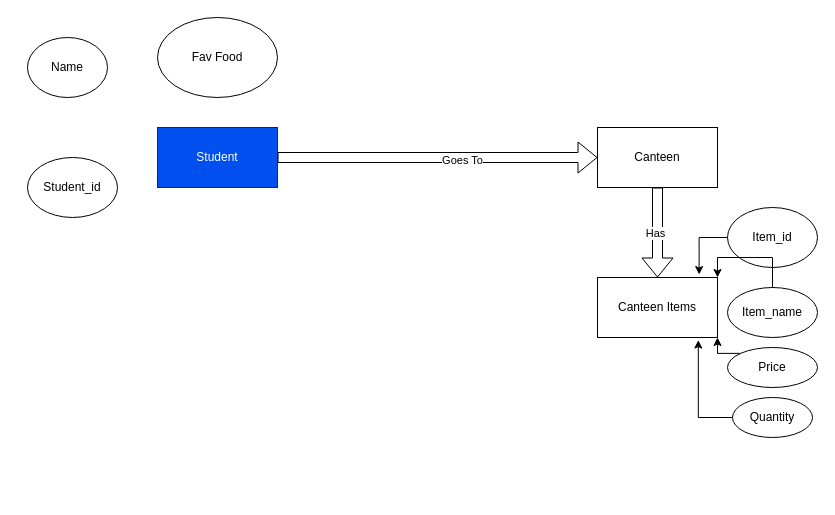
AkshatTm/Classes-Repo keeps this draw.io diagram as CSE320 Software Enginering/Untitled Diagram.drawio. Above is the earlier version. Source tidied: cells renumbered, new cells numbered last; positions are measured from the earlier drawing's top-left corner, leaving out a move shared by most shapes. Both pictures are drawn from the tidied source at 100%, with x=0, y=0 at pixel (27, 17).
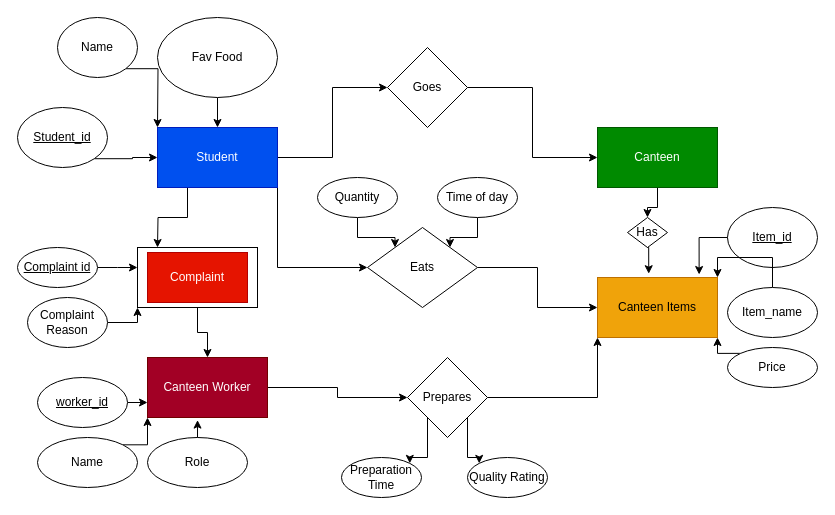
Above is the later version.

The change refers to these unchanged cells:
```xml
<mxCell id="2" value="Student" style="rounded=0;whiteSpace=wrap;html=1;fillColor=#0050ef;fontColor=#ffffff;strokeColor=#001DBC;" parent="1" vertex="1">
  <mxGeometry x="130" y="110" width="120" height="60" as="geometry" />
</mxCell>
<mxCell id="6" value="Fav Food" style="ellipse;whiteSpace=wrap;html=1;" parent="1" vertex="1">
  <mxGeometry x="130" width="120" height="80" as="geometry" />
</mxCell>
```

Diff of the diagram source:
```diff
@@
+    <mxCell id="20" style="edgeStyle=orthogonalEdgeStyle;rounded=0;jettySize=auto;html=1;exitX=0.25;exitY=1;exitDx=0;exitDy=0;entryX=0.5;entryY=0;entryDx=0;entryDy=0;" parent="1" edge="1" source="2">
+      <mxGeometry relative="1" as="geometry">
+        <mxPoint x="130" y="230" as="targetPoint" />
+      </mxGeometry>
+    </mxCell>
+    <mxCell id="21" style="edgeStyle=orthogonalEdgeStyle;rounded=0;jettySize=auto;html=1;exitX=1;exitY=0.5;exitDx=0;exitDy=0;" parent="1" edge="1" source="2" target="50">
+      <mxGeometry relative="1" as="geometry" />
+    </mxCell>
+    <mxCell id="22" style="edgeStyle=orthogonalEdgeStyle;rounded=0;jettySize=auto;html=1;exitX=1;exitY=1;exitDx=0;exitDy=0;entryX=0;entryY=0.5;entryDx=0;entryDy=0;" parent="1" edge="1" source="2" target="35">
+      <mxGeometry relative="1" as="geometry" />
+    </mxCell>
@@
+    <mxCell id="23" style="edgeStyle=orthogonalEdgeStyle;rounded=0;jettySize=auto;html=1;entryX=0.5;entryY=0;entryDx=0;entryDy=0;" parent="1" edge="1" source="3" target="11">
+      <mxGeometry relative="1" as="geometry" />
+    </mxCell>
-    <mxCell id="3" value="Canteen" style="rounded=0;whiteSpace=wrap;html=1;" parent="1" vertex="1">
+    <mxCell id="3" value="Canteen" style="rounded=0;whiteSpace=wrap;html=1;fillColor=#008a00;fontColor=#ffffff;strokeColor=#005700;" parent="1" vertex="1">
       <mxGeometry x="570" y="110" width="120" height="60" as="geometry" />
     </mxCell>
+    <mxCell id="24" style="edgeStyle=orthogonalEdgeStyle;rounded=0;jettySize=auto;html=1;exitX=1;exitY=1;exitDx=0;exitDy=0;entryX=0;entryY=0.5;entryDx=0;entryDy=0;" parent="1" edge="1" source="4" target="2">
+      <mxGeometry relative="1" as="geometry" />
+    </mxCell>
-    <mxCell id="4" value="Student_id" style="ellipse;whiteSpace=wrap;html=1;" parent="1" vertex="1">
-      <mxGeometry y="140" width="90" height="60" as="geometry" />
+    <mxCell id="4" value="&lt;u&gt;Student_id&lt;/u&gt;" style="ellipse;whiteSpace=wrap;html=1;" parent="1" vertex="1">
+      <mxGeometry x="-10" y="90" width="90" height="60" as="geometry" />
     </mxCell>
+    <mxCell id="25" style="edgeStyle=orthogonalEdgeStyle;rounded=0;jettySize=auto;html=1;exitX=1;exitY=1;exitDx=0;exitDy=0;" parent="1" edge="1" source="5">
+      <mxGeometry relative="1" as="geometry">
+        <mxPoint x="130" y="110" as="targetPoint" />
+      </mxGeometry>
+    </mxCell>
     <mxCell id="5" value="Name" style="ellipse;whiteSpace=wrap;html=1;" parent="1" vertex="1">
-      <mxGeometry y="20" width="80" height="60" as="geometry" />
+      <mxGeometry x="30" width="80" height="60" as="geometry" />
     </mxCell>
+    <mxCell id="26" style="edgeStyle=orthogonalEdgeStyle;rounded=0;jettySize=auto;html=1;exitX=0.5;exitY=1;exitDx=0;exitDy=0;entryX=0.5;entryY=0;entryDx=0;entryDy=0;" parent="1" edge="1" source="6" target="2">
+      <mxGeometry relative="1" as="geometry" />
+    </mxCell>
@@
-    <mxCell id="7" style="shape=flexArrow;endArrow=classic;html=1;rounded=0;exitX=1;exitY=0.5;exitDx=0;exitDy=0;entryX=0;entryY=0.5;entryDx=0;entryDy=0;" parent="1" edge="1" source="2" target="3">
-      <mxGeometry relative="1" as="geometry" />
-    </mxCell>
-    <mxCell id="8" value="Goes To" style="edgeLabel;html=1;align=center;verticalAlign=middle;" parent="7" vertex="1">
-      <mxGeometry x="0.15" y="-2" relative="1" as="geometry" />
-    </mxCell>
-    <mxCell id="9" value="Canteen Items" style="rounded=0;whiteSpace=wrap;html=1;" parent="1" vertex="1">
+    <mxCell id="9" value="Canteen Items" style="rounded=0;whiteSpace=wrap;html=1;fillColor=#f0a30a;fontColor=#000000;strokeColor=#BD7000;" parent="1" vertex="1">
       <mxGeometry x="570" y="260" width="120" height="60" as="geometry" />
     </mxCell>
-    <mxCell id="10" style="shape=flexArrow;endArrow=classic;html=1;rounded=0;entryX=0.5;entryY=0;entryDx=0;entryDy=0;exitX=0.5;exitY=1;exitDx=0;exitDy=0;" parent="1" edge="1" source="3" target="9">
-      <mxGeometry relative="1" as="geometry" />
-    </mxCell>
-    <mxCell id="11" value="Has" style="edgeLabel;html=1;align=center;verticalAlign=middle;points=[];" parent="10" vertex="1">
-      <mxGeometry y="-3" relative="1" as="geometry" />
-    </mxCell>
-    <mxCell id="12" value="Item_id" style="ellipse;whiteSpace=wrap;html=1;" parent="1" vertex="1">
+    <mxCell id="12" value="&lt;u&gt;Item_id&lt;/u&gt;" style="ellipse;whiteSpace=wrap;html=1;" parent="1" vertex="1">
       <mxGeometry x="700" y="190" width="90" height="60" as="geometry" />
     </mxCell>
@@
+    <mxCell id="18" style="edgeStyle=orthogonalEdgeStyle;rounded=0;jettySize=auto;html=1;exitX=0;exitY=0.5;exitDx=0;exitDy=0;entryX=0.847;entryY=-0.05;entryDx=0;entryDy=0;entryPerimeter=0;" parent="1" edge="1" source="12" target="9">
+      <mxGeometry relative="1" as="geometry" />
+    </mxCell>
+    <mxCell id="27" style="edgeStyle=orthogonalEdgeStyle;rounded=0;jettySize=auto;html=1;exitX=1;exitY=0.5;exitDx=0;exitDy=0;entryX=0;entryY=0.5;entryDx=0;entryDy=0;" parent="1" edge="1" source="28" target="39">
+      <mxGeometry relative="1" as="geometry" />
+    </mxCell>
+    <mxCell id="28" value="Canteen Worker" style="rounded=0;whiteSpace=wrap;html=1;fillColor=#a20025;fontColor=#ffffff;strokeColor=#6F0000;" parent="1" vertex="1">
+      <mxGeometry x="120" y="340" width="120" height="60" as="geometry" />
+    </mxCell>
+    <mxCell id="29" style="edgeStyle=orthogonalEdgeStyle;rounded=0;jettySize=auto;html=1;exitX=1;exitY=0.5;exitDx=0;exitDy=0;entryX=0;entryY=0.75;entryDx=0;entryDy=0;" parent="1" edge="1" source="30" target="28">
+      <mxGeometry relative="1" as="geometry" />
+    </mxCell>
+    <mxCell id="30" value="&lt;u&gt;worker_id&lt;/u&gt;" style="ellipse;whiteSpace=wrap;html=1;" parent="1" vertex="1">
+      <mxGeometry x="10" y="360" width="90" height="50" as="geometry" />
+    </mxCell>
+    <mxCell id="31" style="edgeStyle=orthogonalEdgeStyle;rounded=0;jettySize=auto;html=1;exitX=1;exitY=0;exitDx=0;exitDy=0;entryX=0;entryY=1;entryDx=0;entryDy=0;" parent="1" edge="1" source="32" target="28">
+      <mxGeometry relative="1" as="geometry" />
+    </mxCell>
+    <mxCell id="32" value="Name" style="ellipse;whiteSpace=wrap;html=1;" parent="1" vertex="1">
+      <mxGeometry x="10" y="420" width="100" height="50" as="geometry" />
+    </mxCell>
+    <mxCell id="33" value="Role" style="ellipse;whiteSpace=wrap;html=1;" parent="1" vertex="1">
+      <mxGeometry x="120" y="420" width="100" height="50" as="geometry" />
+    </mxCell>
+    <mxCell id="34" style="edgeStyle=orthogonalEdgeStyle;rounded=0;jettySize=auto;html=1;entryX=0;entryY=0.5;entryDx=0;entryDy=0;" parent="1" edge="1" source="35" target="9">
+      <mxGeometry relative="1" as="geometry" />
+    </mxCell>
+    <mxCell id="35" value="Eats" style="rhombus;whiteSpace=wrap;html=1;" parent="1" vertex="1">
+      <mxGeometry x="340" y="210" width="110" height="80" as="geometry" />
+    </mxCell>
+    <mxCell id="36" style="edgeStyle=orthogonalEdgeStyle;rounded=0;jettySize=auto;html=1;exitX=1;exitY=0.5;exitDx=0;exitDy=0;entryX=0;entryY=1;entryDx=0;entryDy=0;" parent="1" edge="1" source="39" target="9">
+      <mxGeometry relative="1" as="geometry" />
+    </mxCell>
+    <mxCell id="37" style="edgeStyle=orthogonalEdgeStyle;rounded=0;jettySize=auto;html=1;exitX=0;exitY=1;exitDx=0;exitDy=0;entryX=1;entryY=0;entryDx=0;entryDy=0;" parent="1" edge="1" source="39" target="43">
+      <mxGeometry relative="1" as="geometry" />
+    </mxCell>
+    <mxCell id="38" style="edgeStyle=orthogonalEdgeStyle;rounded=0;jettySize=auto;html=1;exitX=1;exitY=1;exitDx=0;exitDy=0;entryX=0;entryY=0;entryDx=0;entryDy=0;" parent="1" edge="1" source="39" target="44">
+      <mxGeometry relative="1" as="geometry" />
+    </mxCell>
+    <mxCell id="39" value="Prepares" style="rhombus;whiteSpace=wrap;html=1;" parent="1" vertex="1">
+      <mxGeometry x="380" y="340" width="80" height="80" as="geometry" />
+    </mxCell>
+    <mxCell id="40" style="edgeStyle=orthogonalEdgeStyle;rounded=0;jettySize=auto;html=1;exitX=0.5;exitY=1;exitDx=0;exitDy=0;entryX=0;entryY=0;entryDx=0;entryDy=0;" parent="1" edge="1" source="17" target="35">
+      <mxGeometry relative="1" as="geometry" />
+    </mxCell>
     <mxCell id="17" value="Quantity" style="ellipse;whiteSpace=wrap;html=1;" parent="1" vertex="1">
-      <mxGeometry x="705" y="380" width="80" height="40" as="geometry" />
+      <mxGeometry x="290" y="160" width="80" height="40" as="geometry" />
     </mxCell>
-    <mxCell id="18" style="edgeStyle=orthogonalEdgeStyle;rounded=0;jettySize=auto;html=1;exitX=0;exitY=0.5;exitDx=0;exitDy=0;entryX=0.847;entryY=-0.05;entryDx=0;entryDy=0;entryPerimeter=0;" parent="1" edge="1" source="12" target="9">
-      <mxGeometry relative="1" as="geometry" />
-    </mxCell>
-    <mxCell id="19" style="edgeStyle=orthogonalEdgeStyle;rounded=0;jettySize=auto;html=1;exitX=0;exitY=0.5;exitDx=0;exitDy=0;entryX=0.84;entryY=1.043;entryDx=0;entryDy=0;entryPerimeter=0;" parent="1" edge="1" source="17" target="9">
-      <mxGeometry relative="1" as="geometry" />
-    </mxCell>
+    <mxCell id="41" style="edgeStyle=orthogonalEdgeStyle;rounded=0;jettySize=auto;html=1;exitX=0.5;exitY=1;exitDx=0;exitDy=0;entryX=1;entryY=0;entryDx=0;entryDy=0;" parent="1" edge="1" source="42" target="35">
+      <mxGeometry relative="1" as="geometry" />
+    </mxCell>
+    <mxCell id="42" value="Time of day" style="ellipse;whiteSpace=wrap;html=1;" parent="1" vertex="1">
+      <mxGeometry x="410" y="160" width="80" height="40" as="geometry" />
+    </mxCell>
+    <mxCell id="43" value="Preparation Time" style="ellipse;whiteSpace=wrap;html=1;" parent="1" vertex="1">
+      <mxGeometry x="314" y="440" width="80" height="40" as="geometry" />
+    </mxCell>
+    <mxCell id="44" value="Quality Rating" style="ellipse;whiteSpace=wrap;html=1;" parent="1" vertex="1">
+      <mxGeometry x="440" y="440" width="80" height="40" as="geometry" />
+    </mxCell>
+    <mxCell id="45" style="edgeStyle=orthogonalEdgeStyle;rounded=0;jettySize=auto;html=1;exitX=1;exitY=0.5;exitDx=0;exitDy=0;entryX=0;entryY=0;entryDx=0;entryDy=0;" parent="1" edge="1" source="46">
+      <mxGeometry relative="1" as="geometry">
+        <mxPoint x="110" y="250" as="targetPoint" />
+      </mxGeometry>
+    </mxCell>
+    <mxCell id="46" value="&lt;u&gt;Complaint id&lt;/u&gt;" style="ellipse;whiteSpace=wrap;html=1;" parent="1" vertex="1">
+      <mxGeometry x="-10" y="230" width="80" height="40" as="geometry" />
+    </mxCell>
+    <mxCell id="47" style="edgeStyle=orthogonalEdgeStyle;rounded=0;jettySize=auto;html=1;exitX=1;exitY=0.5;exitDx=0;exitDy=0;entryX=0;entryY=1;entryDx=0;entryDy=0;" parent="1" edge="1" source="48">
+      <mxGeometry relative="1" as="geometry">
+        <mxPoint x="110" y="290" as="targetPoint" />
+      </mxGeometry>
+    </mxCell>
+    <mxCell id="48" value="Complaint Reason" style="ellipse;whiteSpace=wrap;html=1;" parent="1" vertex="1">
+      <mxGeometry y="280" width="80" height="50" as="geometry" />
+    </mxCell>
+    <mxCell id="49" style="edgeStyle=orthogonalEdgeStyle;rounded=0;jettySize=auto;html=1;exitX=1;exitY=0.5;exitDx=0;exitDy=0;entryX=0;entryY=0.5;entryDx=0;entryDy=0;" parent="1" edge="1" source="50" target="3">
+      <mxGeometry relative="1" as="geometry" />
+    </mxCell>
+    <mxCell id="50" value="Goes" style="rhombus;whiteSpace=wrap;html=1;" parent="1" vertex="1">
+      <mxGeometry x="360" y="30" width="80" height="80" as="geometry" />
+    </mxCell>
+    <mxCell id="11" value="Has" style="rhombus;whiteSpace=wrap;html=1;" parent="1" vertex="1">
+      <mxGeometry x="600" y="200" width="40" height="30" as="geometry" />
+    </mxCell>
+    <mxCell id="51" style="edgeStyle=orthogonalEdgeStyle;rounded=0;jettySize=auto;html=1;exitX=0.5;exitY=1;exitDx=0;exitDy=0;entryX=0.427;entryY=-0.063;entryDx=0;entryDy=0;entryPerimeter=0;" parent="1" edge="1" source="11" target="9">
+      <mxGeometry relative="1" as="geometry" />
+    </mxCell>
+    <mxCell id="52" style="edgeStyle=orthogonalEdgeStyle;rounded=0;jettySize=auto;html=1;exitX=0.5;exitY=0;exitDx=0;exitDy=0;entryX=0.417;entryY=1.043;entryDx=0;entryDy=0;entryPerimeter=0;" parent="1" edge="1" source="33" target="28">
+      <mxGeometry relative="1" as="geometry" />
+    </mxCell>
+    <mxCell id="53" style="edgeStyle=orthogonalEdgeStyle;rounded=0;jettySize=auto;html=1;exitX=0.5;exitY=1;exitDx=0;exitDy=0;entryX=0.5;entryY=0;entryDx=0;entryDy=0;" parent="1" edge="1" source="54" target="28">
+      <mxGeometry relative="1" as="geometry" />
+    </mxCell>
+    <mxCell id="54" style="rounded=0;whiteSpace=wrap;html=1;" parent="1" vertex="1">
+      <mxGeometry x="110" y="230" width="120" height="60" as="geometry" />
+    </mxCell>
+    <mxCell id="55" value="Complaint" style="rounded=0;whiteSpace=wrap;html=1;fillColor=#e51400;fontColor=#ffffff;strokeColor=#B20000;" parent="1" vertex="1">
+      <mxGeometry x="120" y="235" width="100" height="50" as="geometry" />
+    </mxCell>
```
